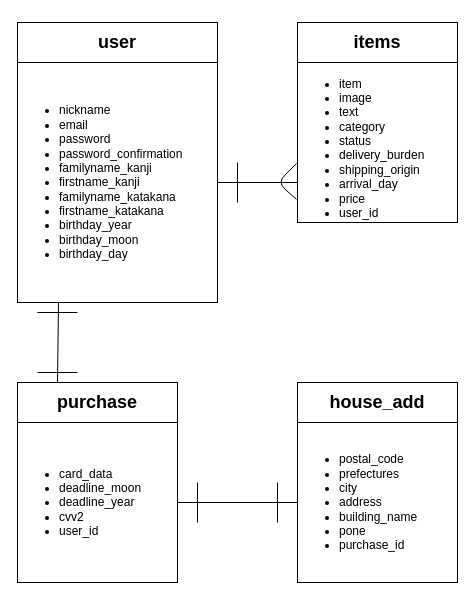
The draw.io diagram furima.drawio in teruan777/furima_28422, before the edit. Source tidied: cells renumbered, new cells numbered last; positions are measured from the earlier drawing's top-left corner, leaving out a move shared by most shapes. Both pictures are drawn from the tidied source at 100%, with x=0, y=0 at pixel (17, 22).
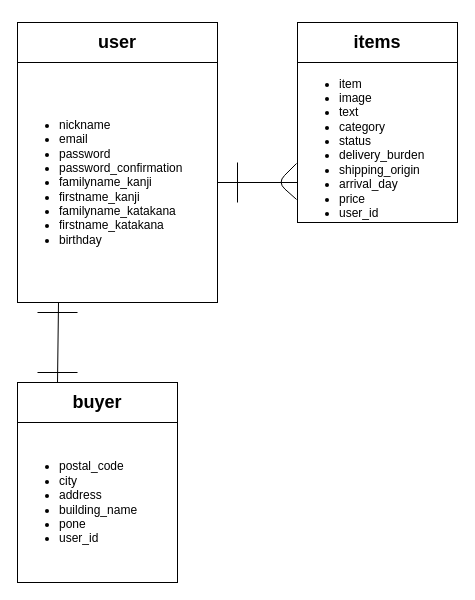
The same page after the edit.

Commit message (it also covers changes not shown here):
ER図とREADMEの修正

The edit, as a diff of the source:
```diff
@@
-    <mxCell id="2" style="rounded=0;whiteSpace=wrap;html=1;" parent="1" vertex="1">
-      <mxGeometry x="280" y="400" width="160" height="160" as="geometry" />
-    </mxCell>
+    <mxCell id="10" style="rounded=0;whiteSpace=wrap;html=1;" parent="1" vertex="1">
+      <mxGeometry y="400" width="160" height="160" as="geometry" />
+    </mxCell>
@@
-    <mxCell id="5" value="&lt;h2&gt;purchase&lt;/h2&gt;" style="rounded=0;whiteSpace=wrap;html=1;" parent="1" vertex="1">
+    <mxCell id="5" value="&lt;h2&gt;buyer&lt;/h2&gt;" style="rounded=0;whiteSpace=wrap;html=1;" parent="1" vertex="1">
       <mxGeometry y="360" width="160" height="40" as="geometry" />
     </mxCell>
-    <mxCell id="6" value="&lt;h2&gt;house_add&lt;/h2&gt;" style="rounded=0;whiteSpace=wrap;html=1;" parent="1" vertex="1">
-      <mxGeometry x="280" y="360" width="160" height="40" as="geometry" />
-    </mxCell>
-    <mxCell id="7" value="&lt;ul&gt;&lt;li&gt;postal_code&lt;/li&gt;&lt;li&gt;prefectures&lt;/li&gt;&lt;li&gt;city&lt;/li&gt;&lt;li&gt;address&lt;/li&gt;&lt;li&gt;building_name&lt;/li&gt;&lt;li&gt;pone&lt;/li&gt;&lt;li&gt;purchase_id&lt;/li&gt;&lt;/ul&gt;" style="text;strokeColor=none;fillColor=none;html=1;whiteSpace=wrap;verticalAlign=middle;overflow=hidden;" parent="1" vertex="1">
-      <mxGeometry x="280" y="400" width="160" height="160" as="geometry" />
+    <mxCell id="7" value="&lt;ul&gt;&lt;li&gt;postal_code&lt;/li&gt;&lt;li&gt;city&lt;/li&gt;&lt;li&gt;address&lt;/li&gt;&lt;li&gt;building_name&lt;/li&gt;&lt;li&gt;pone&lt;/li&gt;&lt;li&gt;user_id&lt;/li&gt;&lt;/ul&gt;" style="text;strokeColor=none;fillColor=none;html=1;whiteSpace=wrap;verticalAlign=middle;overflow=hidden;" parent="1" vertex="1">
+      <mxGeometry y="400" width="160" height="160" as="geometry" />
     </mxCell>
@@
-    <mxCell id="10" style="rounded=0;whiteSpace=wrap;html=1;" parent="1" vertex="1">
-      <mxGeometry y="400" width="160" height="160" as="geometry" />
-    </mxCell>
-    <mxCell id="11" value="&lt;ul&gt;&lt;li&gt;nickname&lt;/li&gt;&lt;li&gt;email&lt;/li&gt;&lt;li&gt;password&lt;/li&gt;&lt;li&gt;password_confirmation&lt;/li&gt;&lt;li&gt;familyname_kanji&lt;/li&gt;&lt;li&gt;firstname_kanji&lt;/li&gt;&lt;li&gt;familyname_katakana&lt;/li&gt;&lt;li&gt;firstname_katakana&lt;/li&gt;&lt;li&gt;birthday_year&lt;/li&gt;&lt;li&gt;birthday_moon&lt;/li&gt;&lt;li&gt;birthday_day&lt;/li&gt;&lt;/ul&gt;" style="text;strokeColor=none;fillColor=none;html=1;whiteSpace=wrap;verticalAlign=middle;overflow=hidden;" parent="1" vertex="1">
+    <mxCell id="11" value="&lt;ul&gt;&lt;li&gt;nickname&lt;/li&gt;&lt;li&gt;email&lt;/li&gt;&lt;li&gt;password&lt;/li&gt;&lt;li&gt;password_confirmation&lt;/li&gt;&lt;li&gt;familyname_kanji&lt;/li&gt;&lt;li&gt;firstname_kanji&lt;/li&gt;&lt;li&gt;familyname_katakana&lt;/li&gt;&lt;li&gt;firstname_katakana&lt;/li&gt;&lt;li&gt;birthday&lt;/li&gt;&lt;/ul&gt;" style="text;strokeColor=none;fillColor=none;html=1;whiteSpace=wrap;verticalAlign=middle;overflow=hidden;" parent="1" vertex="1">
       <mxGeometry y="40" width="200" height="240" as="geometry" />
     </mxCell>
@@
-    <mxCell id="13" value="&lt;ul&gt;&lt;li&gt;card_data&lt;/li&gt;&lt;li&gt;deadline_moon&lt;/li&gt;&lt;li&gt;deadline_year&lt;/li&gt;&lt;li&gt;cvv2&lt;br&gt;&lt;/li&gt;&lt;li&gt;user_id&lt;/li&gt;&lt;/ul&gt;" style="text;strokeColor=none;fillColor=none;html=1;whiteSpace=wrap;verticalAlign=middle;overflow=hidden;" parent="1" vertex="1">
-      <mxGeometry y="400" width="160" height="160" as="geometry" />
-    </mxCell>
-    <mxCell id="14" style="endArrow=none;html=1;exitX=1;exitY=0.5;exitDx=0;exitDy=0;entryX=0;entryY=0.5;entryDx=0;entryDy=0;" parent="1" edge="1" source="13" target="7">
-      <mxGeometry relative="1" as="geometry" />
-    </mxCell>
@@
-    <mxCell id="21" style="endArrow=none;html=1;" parent="1" edge="1">
-      <mxGeometry relative="1" as="geometry">
-        <mxPoint x="180" y="500" as="sourcePoint" />
-        <mxPoint x="180" y="460" as="targetPoint" />
-      </mxGeometry>
-    </mxCell>
-    <mxCell id="22" style="endArrow=none;html=1;" parent="1" edge="1">
-      <mxGeometry relative="1" as="geometry">
-        <mxPoint x="260" y="500" as="sourcePoint" />
-        <mxPoint x="260" y="460" as="targetPoint" />
-      </mxGeometry>
-    </mxCell>
```
